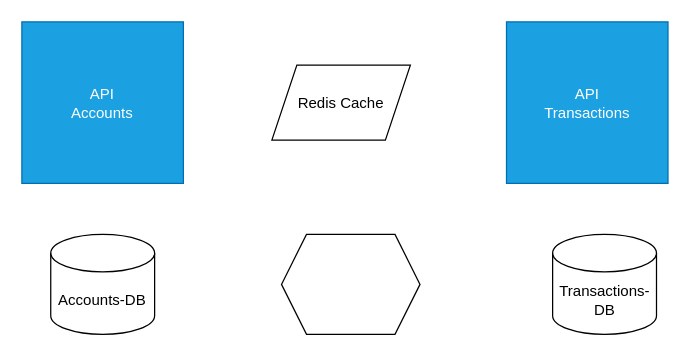
Above: doc/arch.drawio in jpolvora/quix (draw.io), before the change. Source tidied: cells renumbered, new cells numbered last; positions are measured from the earlier drawing's top-left corner, leaving out a move shared by most shapes. Both pictures are drawn from the tidied source at 125%, with x=0, y=0 at pixel (21, 21).
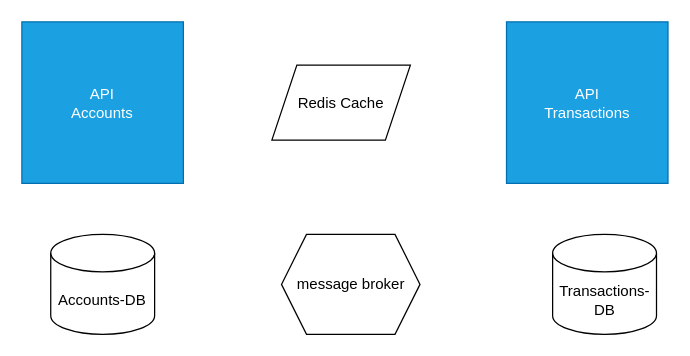
The same diagram, later.

Change to the diagram source:
```diff
@@
 <mxGraphModel>
   <root>
     <mxCell id="0" />
     <mxCell id="1" parent="0" />
     <mxCell id="2" value="API&lt;br&gt;Accounts" style="whiteSpace=wrap;html=1;fillColor=#1ba1e2;fontColor=#ffffff;strokeColor=#006EAF;" parent="1" vertex="1">
       <mxGeometry width="129.2" height="129.2" as="geometry" />
     </mxCell>
     <mxCell id="3" value="Accounts-DB" style="shape=cylinder3;whiteSpace=wrap;html=1;boundedLbl=1;backgroundOutline=1;size=15;" parent="1" vertex="1">
       <mxGeometry x="23.1" y="170" width="83.1" height="80" as="geometry" />
     </mxCell>
     <mxCell id="4" value="API&lt;br&gt;Transactions" style="whiteSpace=wrap;html=1;fillColor=#1ba1e2;fontColor=#ffffff;strokeColor=#006EAF;" parent="1" vertex="1">
       <mxGeometry x="387.7" width="129.2" height="129.2" as="geometry" />
     </mxCell>
     <mxCell id="5" value="Transactions-DB" style="shape=cylinder3;whiteSpace=wrap;html=1;boundedLbl=1;backgroundOutline=1;size=15;" parent="1" vertex="1">
       <mxGeometry x="424.6" y="170" width="83.1" height="80" as="geometry" />
     </mxCell>
     <mxCell id="6" value="Redis Cache" style="shape=parallelogram;perimeter=parallelogramPerimeter;whiteSpace=wrap;html=1;fixedSize=1;" parent="1" vertex="1">
       <mxGeometry x="200" y="34.6" width="110.8" height="60" as="geometry" />
     </mxCell>
-    <mxCell id="7" style="shape=hexagon;perimeter=hexagonPerimeter2;whiteSpace=wrap;html=1;fixedSize=1;" parent="1" vertex="1">
+    <mxCell id="7" value="message broker" style="shape=hexagon;perimeter=hexagonPerimeter2;whiteSpace=wrap;html=1;fixedSize=1;" parent="1" vertex="1">
       <mxGeometry x="207.7" y="170" width="110.8" height="80" as="geometry" />
     </mxCell>
   </root>
 </mxGraphModel>
```
